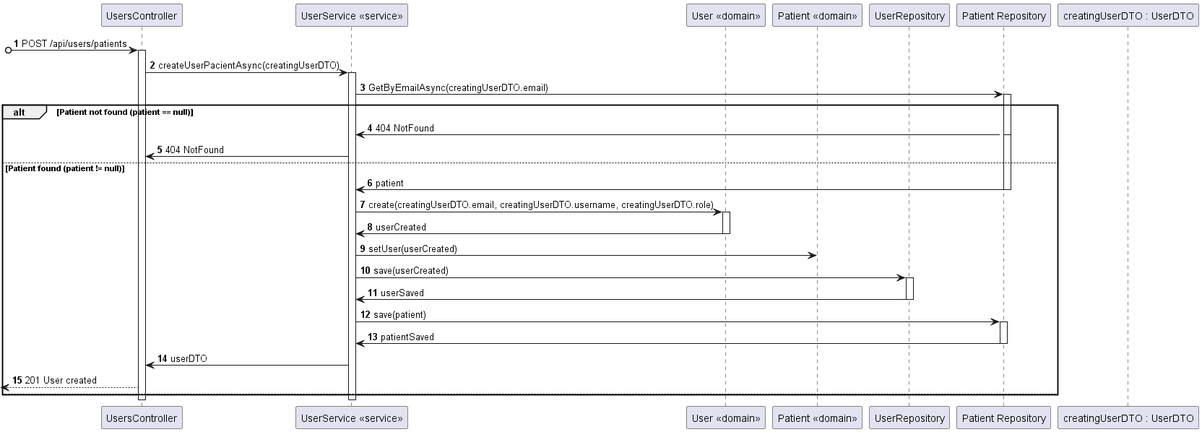
Above: docs/PatientRegistration/views/level3/process-view2.png in Lapr5G21/sem5pi-24-25-3ddg21 (PlantUML), before the change.
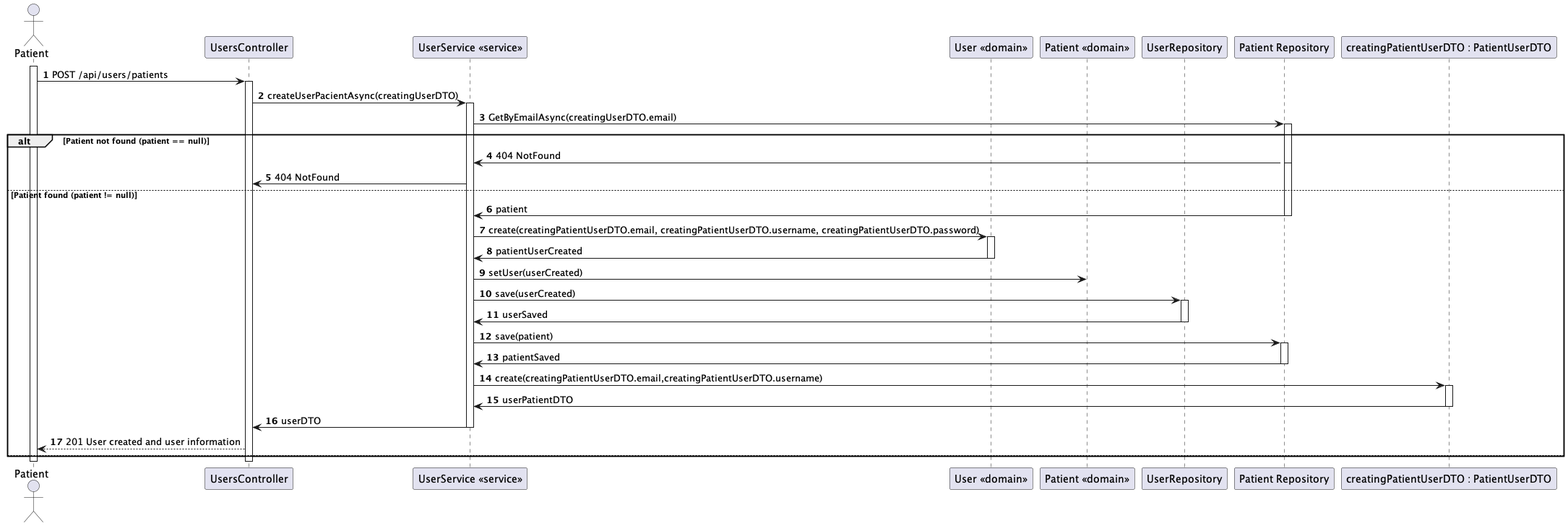
Later version of the same file.

The edit, as a diff of the source:
```diff
@@ -1,14 +1,16 @@
 @startuml
 autonumber
+actor Patient as PATIENT
 participant CTRL as "UsersController"
 participant SERVICE as "UserService <<service>>"
 participant User as "User <<domain>>"
 participant Patient as "Patient <<domain>>"
 participant USERREPO as "UserRepository"
 participant PATIENTREPO as "Patient Repository"
-participant DTO as "creatingUserDTO : UserDTO"
+participant DTO as "creatingPatientUserDTO : PatientUserDTO"
 
-?o-> CTRL : POST /api/users/patients
+activate PATIENT
+PATIENT-> CTRL : POST /api/users/patients
 activate CTRL
 
 CTRL -> SERVICE : createUserPacientAsync(creatingUserDTO)
@@ -30,10 +32,10 @@
     PATIENTREPO -> SERVICE : patient
     deactivate PATIENTREPO
 
-    SERVICE -> User : create(creatingUserDTO.email, creatingUserDTO.username, creatingUserDTO.role)
+    SERVICE -> User : create(creatingPatientUserDTO.email, creatingPatientUserDTO.username, creatingPatientUserDTO.password)
     activate User
 
-    User -> SERVICE : userCreated
+    User -> SERVICE : patientUserCreated
     deactivate User
 
     SERVICE -> Patient : setUser(userCreated)
@@ -49,13 +51,23 @@
     PATIENTREPO -> SERVICE : patientSaved
     deactivate PATIENTREPO
 
+    SERVICE -> DTO : create(creatingPatientUserDTO.email,creatingPatientUserDTO.username)
+
+    activate DTO
+
+    DTO -> SERVICE : userPatientDTO
+
+    deactivate DTO
+
     SERVICE -> CTRL : userDTO
 
-    <-- CTRL : 201 User created
+    deactivate SERVICE
+
+    PATIENT <-- CTRL : 201 User created and user information
 
 else
 end
+deactivate CTRL
+deactivate PATIENT
 
-deactivate SERVICE
-deactivate CTRL
 @enduml
```
